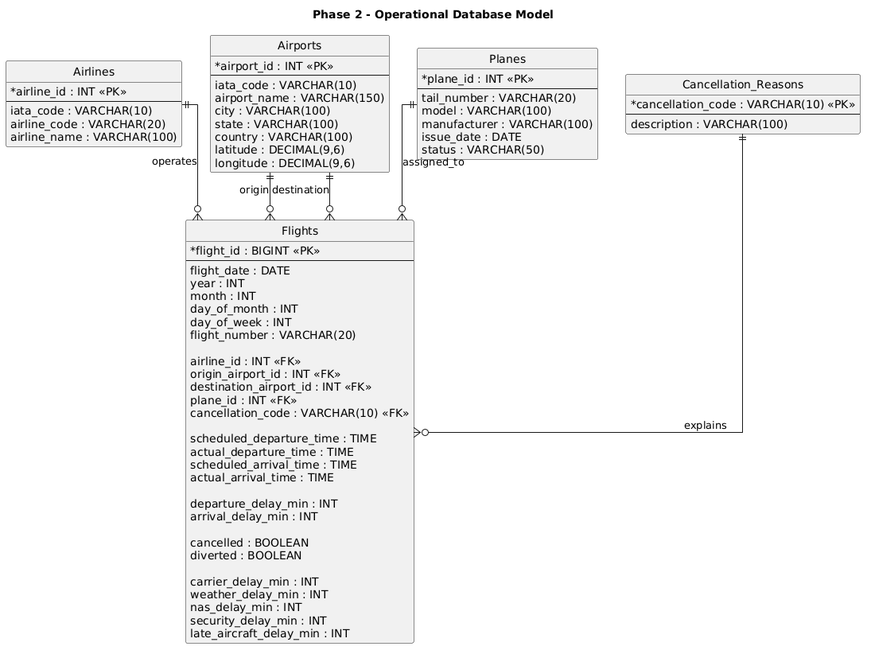
Above: docs/phase3/phase3.png in piotrek1459/flight-delays-data-warehouse (PlantUML), before the change. Source of this version:
```plantuml
@startuml
hide methods
hide circle
skinparam linetype ortho
skinparam classAttributeIconSize 0

title Phase 2 - Operational Database Model

entity "Airlines" as Airlines {
  * airline_id : INT <<PK>>
  --
  iata_code : VARCHAR(10)
  airline_code : VARCHAR(20)
  airline_name : VARCHAR(100)
}

entity "Airports" as Airports {
  * airport_id : INT <<PK>>
  --
  iata_code : VARCHAR(10)
  airport_name : VARCHAR(150)
  city : VARCHAR(100)
  state : VARCHAR(100)
  country : VARCHAR(100)
  latitude : DECIMAL(9,6)
  longitude : DECIMAL(9,6)
}

entity "Planes" as Planes {
  * plane_id : INT <<PK>>
  --
  tail_number : VARCHAR(20)
  model : VARCHAR(100)
  manufacturer : VARCHAR(100)
  issue_date : DATE
  status : VARCHAR(50)
}

entity "Cancellation_Reasons" as CancellationReasons {
  * cancellation_code : VARCHAR(10) <<PK>>
  --
  description : VARCHAR(100)
}

entity "Flights" as Flights {
  * flight_id : BIGINT <<PK>>
  --
  flight_date : DATE
  year : INT
  month : INT
  day_of_month : INT
  day_of_week : INT
  flight_number : VARCHAR(20)

  airline_id : INT <<FK>>
  origin_airport_id : INT <<FK>>
  destination_airport_id : INT <<FK>>
  plane_id : INT <<FK>>
  cancellation_code : VARCHAR(10) <<FK>>

  scheduled_departure_time : TIME
  actual_departure_time : TIME
  scheduled_arrival_time : TIME
  actual_arrival_time : TIME

  departure_delay_min : INT
  arrival_delay_min : INT

  cancelled : BOOLEAN
  diverted : BOOLEAN

  carrier_delay_min : INT
  weather_delay_min : INT
  nas_delay_min : INT
  security_delay_min : INT
  late_aircraft_delay_min : INT
}

Airlines ||--o{ Flights : operates
Airports ||--o{ Flights : origin
Airports ||--o{ Flights : destination
Planes ||--o{ Flights : assigned_to
CancellationReasons ||--o{ Flights : explains
@enduml
```
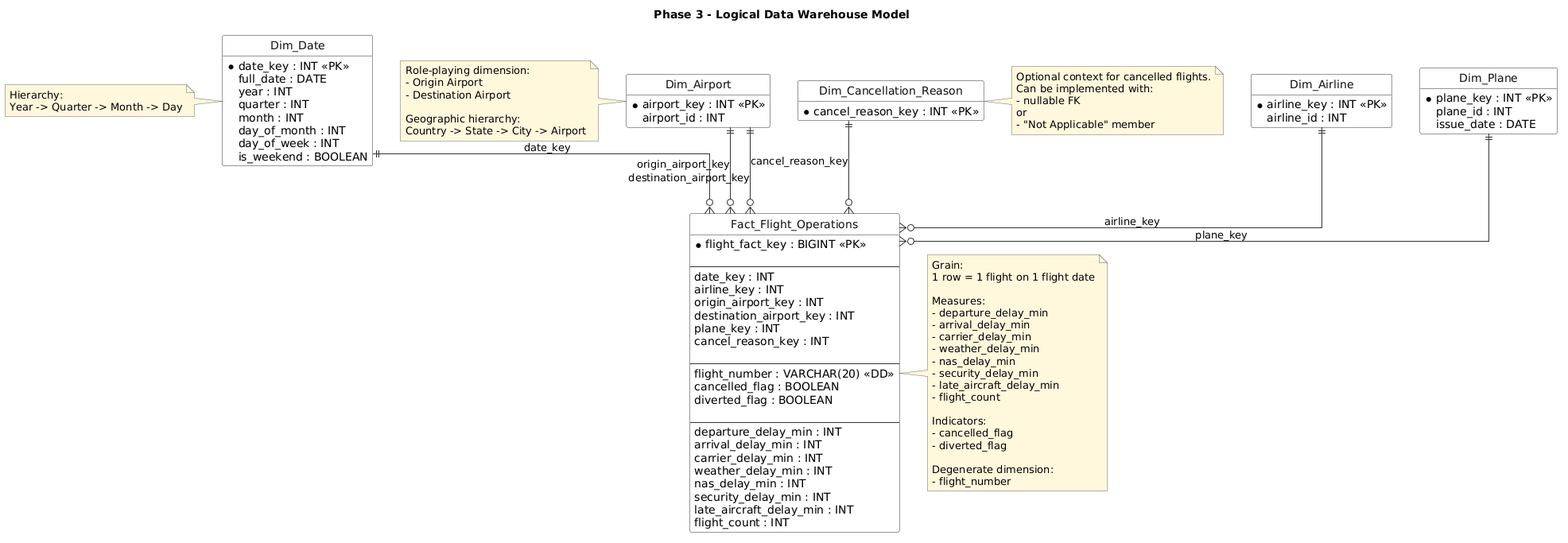
Later version of the same file.

Change to the diagram source:
```diff
@@ -1,22 +1,74 @@
 @startuml
+hide circle
 hide methods
-hide circle
+skinparam backgroundColor white
+skinparam shadowing false
 skinparam linetype ortho
-skinparam classAttributeIconSize 0
+skinparam class {
+    BackgroundColor #F8F8F8
+    BorderColor #333333
+    ArrowColor #333333
+    FontColor #111111
+}
+skinparam note {
+    BackgroundColor #FFF8DC
+    BorderColor #666666
+}
 
-title Phase 2 - Operational Database Model
+title Phase 3 - Logical Data Warehouse Model
 
-entity "Airlines" as Airlines {
-  * airline_id : INT <<PK>>
+entity "Fact_Flight_Operations" as FACT {
+  *flight_fact_key : BIGINT <<PK>>
+
   --
+  date_key : INT
+  airline_key : INT
+  origin_airport_key : INT
+  destination_airport_key : INT
+  plane_key : INT
+  cancel_reason_key : INT
+
+  --
+  flight_number : VARCHAR(20) <<DD>>
+  cancelled_flag : BOOLEAN
+  diverted_flag : BOOLEAN
+
+  --
+  departure_delay_min : INT
+  arrival_delay_min : INT
+  carrier_delay_min : INT
+  weather_delay_min : INT
+  nas_delay_min : INT
+  security_delay_min : INT
+  late_aircraft_delay_min : INT
+  flight_count : INT
+}
+
+entity "Dim_Date" as DIM_DATE {
+  *date_key : INT <<PK>>
+  full_date : DATE
+  year : INT
+  quarter : INT
+  month : INT
+  month_name : VARCHAR(20)
+  day_of_month : INT
+  day_of_week : INT
+  day_name : VARCHAR(20)
+  is_weekend : BOOLEAN
+  season : VARCHAR(20)
+}
+
+entity "Dim_Airline" as DIM_AIRLINE {
+  *airline_key : INT <<PK>>
+  airline_id : INT
   iata_code : VARCHAR(10)
   airline_code : VARCHAR(20)
   airline_name : VARCHAR(100)
 }
 
-entity "Airports" as Airports {
-  * airport_id : INT <<PK>>
-  --
+entity "Dim_Airport" as DIM_AIRPORT {
+  *airport_key : INT <<PK>>
+  airport_id : INT
   iata_code : VARCHAR(10)
   airport_name : VARCHAR(150)
   city : VARCHAR(100)
@@ -26,9 +78,9 @@
   longitude : DECIMAL(9,6)
 }
 
-entity "Planes" as Planes {
-  * plane_id : INT <<PK>>
-  --
+entity "Dim_Plane" as DIM_PLANE {
+  *plane_key : INT <<PK>>
+  plane_id : INT
   tail_number : VARCHAR(20)
   model : VARCHAR(100)
   manufacturer : VARCHAR(100)
@@ -36,49 +88,60 @@
   status : VARCHAR(50)
 }
 
-entity "Cancellation_Reasons" as CancellationReasons {
-  * cancellation_code : VARCHAR(10) <<PK>>
-  --
+entity "Dim_Cancellation_Reason" as DIM_CANCEL {
+  *cancel_reason_key : INT <<PK>>
+  cancellation_code : VARCHAR(10)
   description : VARCHAR(100)
 }
 
-entity "Flights" as Flights {
-  * flight_id : BIGINT <<PK>>
-  --
-  flight_date : DATE
-  year : INT
-  month : INT
-  day_of_month : INT
-  day_of_week : INT
-  flight_number : VARCHAR(20)
+DIM_DATE ||--o{ FACT : date_key
+DIM_AIRLINE ||--o{ FACT : airline_key
+DIM_AIRPORT ||--o{ FACT : origin_airport_key
+DIM_AIRPORT ||--o{ FACT : destination_airport_key
+DIM_PLANE ||--o{ FACT : plane_key
+DIM_CANCEL ||--o{ FACT : cancel_reason_key
 
-  airline_id : INT <<FK>>
-  origin_airport_id : INT <<FK>>
-  destination_airport_id : INT <<FK>>
-  plane_id : INT <<FK>>
-  cancellation_code : VARCHAR(10) <<FK>>
+note right of FACT
+Grain:
+1 row = 1 flight on 1 flight date
 
-  scheduled_departure_time : TIME
-  actual_departure_time : TIME
-  scheduled_arrival_time : TIME
-  actual_arrival_time : TIME
+Measures:
+- departure_delay_min
+- arrival_delay_min
+- carrier_delay_min
+- weather_delay_min
+- nas_delay_min
+- security_delay_min
+- late_aircraft_delay_min
+- flight_count
 
-  departure_delay_min : INT
-  arrival_delay_min : INT
+Indicators:
+- cancelled_flag
+- diverted_flag
 
-  cancelled : BOOLEAN
-  diverted : BOOLEAN
+Degenerate dimension:
+- flight_number
+end note
 
-  carrier_delay_min : INT
-  weather_delay_min : INT
-  nas_delay_min : INT
-  security_delay_min : INT
-  late_aircraft_delay_min : INT
-}
+note left of DIM_DATE
+Hierarchy:
+Year -> Quarter -> Month -> Day
+end note
 
-Airlines ||--o{ Flights : operates
-Airports ||--o{ Flights : origin
-Airports ||--o{ Flights : destination
-Planes ||--o{ Flights : assigned_to
-CancellationReasons ||--o{ Flights : explains
+note left of DIM_AIRPORT
+Role-playing dimension:
+- Origin Airport
+- Destination Airport
+
+Geographic hierarchy:
+Country -> State -> City -> Airport
+end note
+
+note right of DIM_CANCEL
+Optional context for cancelled flights.
+Can be implemented with:
+- nullable FK
+or
+- "Not Applicable" member
+end note
 @enduml
```
